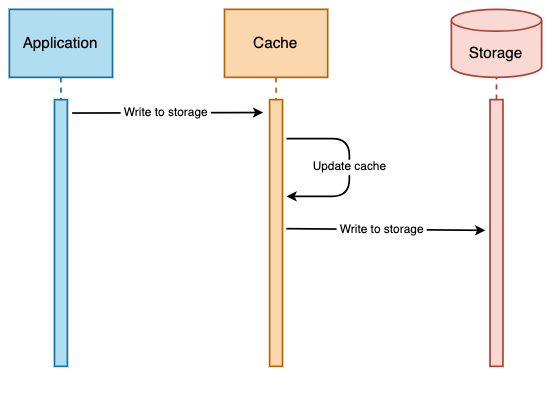
Above: images/caching-strategies_write-through.png in abhinav-nath/system-design (draw.io), before the change. Source tidied: cells renumbered, new cells last; positions are measured from the earlier drawing's top-left corner, leaving out a move shared by most shapes.
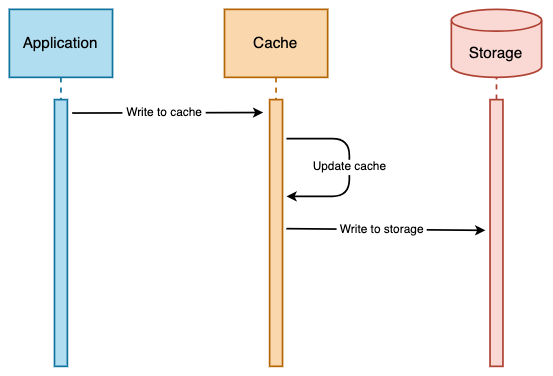
The same diagram one commit later.

Commit message:
Update diagram for Write Through Caching Strategy

Diff of the diagram source:
```diff
@@ -2,69 +2,63 @@
   <root>
     <mxCell id="0" />
     <mxCell id="1" parent="0" />
-    <mxCell id="2" style="group;" parent="1" vertex="1">
-      <mxGeometry width="313.1" height="220" as="geometry" />
+    <mxCell id="2" value="Cache" style="shape=umlLifeline;perimeter=lifelinePerimeter;rounded=0;shadow=0;strokeWidth=1;fontSize=9;fillColor=#fad7ac;strokeColor=#b46504;" parent="1" vertex="1">
+      <mxGeometry width="60.7" height="180" as="geometry" />
     </mxCell>
-    <mxCell id="3" value="Cache" style="shape=umlLifeline;perimeter=lifelinePerimeter;rounded=0;shadow=0;strokeWidth=1;fontSize=9;fillColor=#fad7ac;strokeColor=#b46504;" parent="2" vertex="1">
-      <mxGeometry x="126.6" width="60.7" height="180" as="geometry" />
+    <mxCell id="3" style="verticalAlign=bottom;endArrow=classic;shadow=0;strokeWidth=1;endFill=1;endSize=3;" parent="1" edge="1">
+      <mxGeometry relative="1" as="geometry">
+        <mxPoint x="-89.6" y="61" as="sourcePoint" />
+        <mxPoint x="22.7" y="60.7" as="targetPoint" />
+      </mxGeometry>
     </mxCell>
-    <mxCell id="4" style="verticalAlign=bottom;endArrow=classic;shadow=0;strokeWidth=1;endFill=1;endSize=3;" parent="2" edge="1">
-      <mxGeometry relative="1" as="geometry">
-        <mxPoint x="37" y="61" as="sourcePoint" />
-        <mxPoint x="149.3" y="60.7" as="targetPoint" />
+    <mxCell id="4" value="&amp;nbsp;Write to cache&amp;nbsp;" style="edgeLabel;html=1;align=center;verticalAlign=middle;fontSize=7;" parent="3" vertex="1">
+      <mxGeometry x="-0.12" y="2" relative="1" as="geometry">
+        <mxPoint x="5" y="2" as="offset" />
       </mxGeometry>
     </mxCell>
-    <mxCell id="5" value="&amp;nbsp;Write to storage&amp;nbsp;" style="edgeLabel;html=1;align=center;verticalAlign=middle;fontSize=7;" parent="4" vertex="1">
-      <mxGeometry x="-0.12" y="2" relative="1" as="geometry">
-        <mxPoint x="5" y="2" as="offset" />
-      </mxGeometry>
+    <mxCell id="5" style="perimeter=orthogonalPerimeter;rounded=0;shadow=0;strokeWidth=1;fillColor=#fad7ac;strokeColor=#b46504;" parent="1" vertex="1">
+      <mxGeometry x="26.5" y="53.1" width="7.6" height="156.9" as="geometry" />
     </mxCell>
-    <mxCell id="6" style="perimeter=orthogonalPerimeter;rounded=0;shadow=0;strokeWidth=1;fillColor=#fad7ac;strokeColor=#b46504;" parent="2" vertex="1">
-      <mxGeometry x="153.1" y="53.1" width="7.6" height="156.9" as="geometry" />
+    <mxCell id="6" style="endArrow=classic;startArrow=none;html=1;rounded=0;fontSize=11;endSize=3;startSize=3;jumpSize=6;startFill=0;" parent="1" edge="1">
+      <mxGeometry relative="1" as="geometry">
+        <mxPoint x="36.4" y="129" as="sourcePoint" />
+        <mxPoint x="153.4" y="130" as="targetPoint" />
+      </mxGeometry>
     </mxCell>
-    <mxCell id="7" style="endArrow=classic;startArrow=none;html=1;rounded=0;fontSize=11;endSize=3;startSize=3;jumpSize=6;startFill=0;" parent="2" edge="1">
-      <mxGeometry relative="1" as="geometry">
-        <mxPoint x="163" y="129" as="sourcePoint" />
-        <mxPoint x="280" y="130" as="targetPoint" />
+    <mxCell id="7" value="&amp;nbsp;Write to storage&amp;nbsp;" style="edgeLabel;html=1;align=center;verticalAlign=middle;fontSize=7;" parent="6" vertex="1">
+      <mxGeometry x="0.3" relative="1" as="geometry">
+        <mxPoint x="-20" as="offset" />
       </mxGeometry>
     </mxCell>
-    <mxCell id="8" value="&amp;nbsp;Write to storage&amp;nbsp;" style="edgeLabel;html=1;align=center;verticalAlign=middle;fontSize=7;" parent="7" vertex="1">
-      <mxGeometry x="0.3" relative="1" as="geometry">
-        <mxPoint x="-20" as="offset" />
+    <mxCell id="8" style="endArrow=classic;html=1;rounded=1;strokeWidth=1;fontSize=9;startSize=3;endSize=3;jumpSize=6;" parent="1" edge="1">
+      <mxGeometry relative="1" as="geometry">
+        <mxPoint x="36.4" y="76" as="sourcePoint" />
+        <mxPoint x="36.4" y="110" as="targetPoint" />
+        <Array as="points">
+          <mxPoint x="73.4" y="76" />
+          <mxPoint x="73.4" y="110" />
+        </Array>
       </mxGeometry>
     </mxCell>
-    <mxCell id="9" style="endArrow=classic;html=1;rounded=1;strokeWidth=1;fontSize=9;startSize=3;endSize=3;jumpSize=6;" parent="2" edge="1">
-      <mxGeometry relative="1" as="geometry">
-        <mxPoint x="163" y="76" as="sourcePoint" />
-        <mxPoint x="163" y="110" as="targetPoint" />
-        <Array as="points">
-          <mxPoint x="200" y="76" />
-          <mxPoint x="200" y="110" />
-        </Array>
+    <mxCell id="9" value="Update cache" style="edgeLabel;html=1;align=center;verticalAlign=middle;fontSize=7;" parent="8" vertex="1">
+      <mxGeometry x="-0.05" relative="1" as="geometry">
+        <mxPoint y="2" as="offset" />
       </mxGeometry>
     </mxCell>
-    <mxCell id="10" value="Update cache" style="edgeLabel;html=1;align=center;verticalAlign=middle;points=[];fontSize=7;" parent="9" vertex="1">
-      <mxGeometry x="-0.05" relative="1" as="geometry">
-        <mxPoint y="2" as="offset" />
-      </mxGeometry>
+    <mxCell id="10" value="&lt;font style=&quot;font-size: 9px;&quot;&gt;Storage&lt;/font&gt;" style="shape=cylinder3;whiteSpace=wrap;html=1;boundedLbl=1;backgroundOutline=1;size=6.428571428571374;fillColor=#fad9d5;strokeColor=#ae4132;" parent="1" vertex="1">
+      <mxGeometry x="133.4" width="53.1" height="40" as="geometry" />
     </mxCell>
-    <mxCell id="11" style="group;" parent="2" vertex="1">
-      <mxGeometry x="260" width="53.1" height="220" as="geometry" />
+    <mxCell id="11" style="endArrow=none;dashed=1;html=1;rounded=0;entryX=0.5;entryY=1;entryDx=0;entryDy=0;entryPerimeter=0;startArrow=none;fillColor=#fad9d5;strokeColor=#ae4132;" parent="1" edge="1" source="12" target="10">
+      <mxGeometry relative="1" as="geometry" />
     </mxCell>
-    <mxCell id="12" value="&lt;font style=&quot;font-size: 9px;&quot;&gt;Storage&lt;/font&gt;" style="shape=cylinder3;whiteSpace=wrap;html=1;boundedLbl=1;backgroundOutline=1;size=6.428571428571374;fillColor=#fad9d5;strokeColor=#ae4132;" parent="11" vertex="1">
-      <mxGeometry width="53.1" height="40" as="geometry" />
+    <mxCell id="12" style="points=[];perimeter=orthogonalPerimeter;rounded=0;shadow=0;strokeWidth=1;fillColor=#fad9d5;strokeColor=#ae4132;" parent="1" vertex="1">
+      <mxGeometry x="156.2" y="53.1" width="7.6" height="156.9" as="geometry" />
     </mxCell>
-    <mxCell id="13" style="endArrow=none;dashed=1;html=1;rounded=0;entryX=0.5;entryY=1;entryDx=0;entryDy=0;entryPerimeter=0;startArrow=none;fillColor=#fad9d5;strokeColor=#ae4132;" parent="2" edge="1" source="14" target="12">
-      <mxGeometry relative="1" as="geometry" />
+    <mxCell id="13" value="Application" style="shape=umlLifeline;perimeter=lifelinePerimeter;rounded=0;shadow=0;strokeWidth=1;fontSize=9;fillColor=#b1ddf0;strokeColor=#10739e;" parent="1" vertex="1">
+      <mxGeometry x="-126.6" width="60.7" height="210" as="geometry" />
     </mxCell>
-    <mxCell id="14" style="points=[];perimeter=orthogonalPerimeter;rounded=0;shadow=0;strokeWidth=1;fillColor=#fad9d5;strokeColor=#ae4132;" parent="2" vertex="1">
-      <mxGeometry x="282.8" y="53.1" width="7.6" height="156.9" as="geometry" />
+    <mxCell id="14" style="points=[];perimeter=orthogonalPerimeter;rounded=0;shadow=0;strokeWidth=1;fillColor=#b1ddf0;strokeColor=#10739e;" parent="13" vertex="1">
+      <mxGeometry x="26.6" y="53.1" width="7.6" height="156.9" as="geometry" />
     </mxCell>
-    <mxCell id="15" value="Application" style="shape=umlLifeline;perimeter=lifelinePerimeter;rounded=0;shadow=0;strokeWidth=1;fontSize=9;fillColor=#b1ddf0;strokeColor=#10739e;" parent="2" vertex="1">
-      <mxGeometry width="60.7" height="210" as="geometry" />
-    </mxCell>
-    <mxCell id="16" style="perimeter=orthogonalPerimeter;rounded=0;shadow=0;strokeWidth=1;fillColor=#b1ddf0;strokeColor=#10739e;" parent="15" vertex="1">
-      <mxGeometry x="26.6" y="53.1" width="7.6" height="156.9" as="geometry" />
-    </mxCell>
   </root>
 </mxGraphModel>
```
